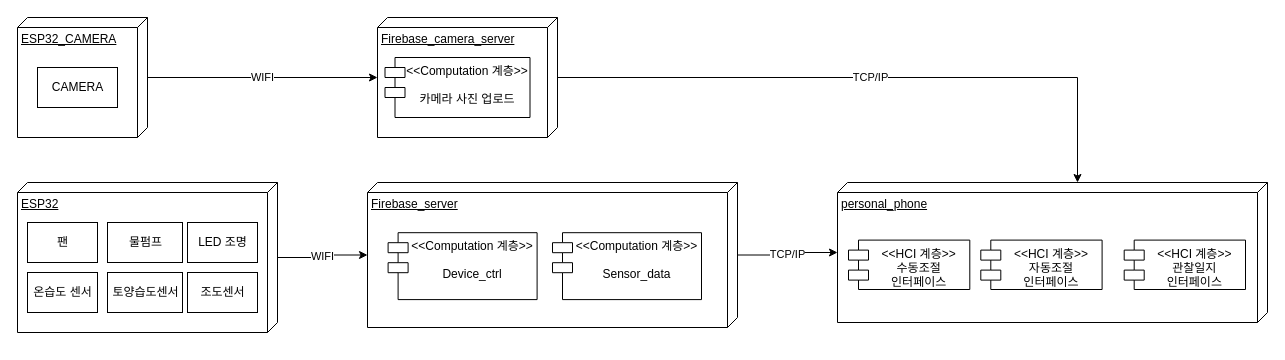
sonmyungwon/Software-Development keeps this draw.io diagram as 구조설계/배치다이어그램.drawio. Above is the earlier version. Source tidied: cells renumbered, new cells numbered last; positions are measured from the earlier drawing's top-left corner, leaving out a move shared by most shapes. Both pictures are drawn from the tidied source at 100%, with x=0, y=0 at pixel (17, 17).
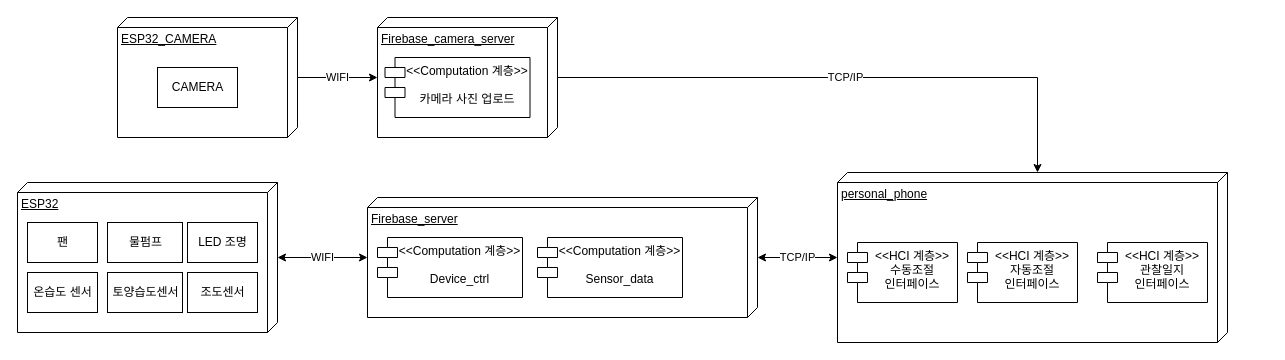
Above is the later version.

Commit message:
배치다이어그램.drawio 업데이트

Unchanged cells that the change refers to:
```xml
<mxCell id="9" value="ESP32" style="verticalAlign=top;align=left;spacingTop=8;spacingLeft=2;spacingRight=12;shape=cube;size=10;direction=south;fontStyle=4;html=1;" parent="8" vertex="1">
  <mxGeometry width="260" height="150" as="geometry" />
</mxCell>
```

The edit, as a diff of the source:
```diff
@@
-    <mxCell id="4" value="WIFI" style="edgeStyle=orthogonalEdgeStyle;rounded=0;jettySize=auto;html=1;" parent="1" edge="1" source="9" target="25">
+    <mxCell id="4" value="WIFI" style="edgeStyle=orthogonalEdgeStyle;rounded=0;jettySize=auto;html=1;startArrow=classic;startFill=1;" parent="1" edge="1" source="9" target="25">
       <mxGeometry relative="1" as="geometry" />
     </mxCell>
-    <mxCell id="5" value="TCP/IP" style="edgeStyle=orthogonalEdgeStyle;rounded=0;jettySize=auto;html=1;" parent="1" edge="1" source="25" target="17">
+    <mxCell id="5" value="TCP/IP" style="edgeStyle=orthogonalEdgeStyle;rounded=0;jettySize=auto;html=1;startArrow=classic;startFill=1;" parent="1" edge="1" source="25" target="17">
       <mxGeometry relative="1" as="geometry" />
     </mxCell>
+    <mxCell id="25" value="Firebase_server" style="verticalAlign=top;align=left;spacingTop=8;spacingLeft=2;spacingRight=12;shape=cube;size=10;direction=south;fontStyle=4;html=1;" parent="1" vertex="1">
+      <mxGeometry x="350" y="180" width="390" height="120" as="geometry" />
+    </mxCell>
@@
+    <mxCell id="22" value="ESP32_CAMERA" style="verticalAlign=top;align=left;spacingTop=8;spacingLeft=2;spacingRight=12;shape=cube;size=10;direction=south;fontStyle=4;html=1;" parent="1" vertex="1">
+      <mxGeometry x="100" width="180" height="120" as="geometry" />
+    </mxCell>
@@
+    <mxCell id="26" value="&lt;&lt;Computation 계층&gt;&gt;&#10;&#10;Device_ctrl" style="shape=module;align=left;spacingLeft=20;align=center;verticalAlign=top;" parent="1" vertex="1">
+      <mxGeometry x="360" y="220" width="145" height="60" as="geometry" />
+    </mxCell>
+    <mxCell id="27" value="&lt;&lt;Computation 계층&gt;&gt;&#10;&#10;Sensor_data" style="shape=module;align=left;spacingLeft=20;align=center;verticalAlign=top;" parent="1" vertex="1">
+      <mxGeometry x="520" y="220" width="145" height="60" as="geometry" />
+    </mxCell>
@@
+    <mxCell id="23" value="CAMERA" style="html=1;" parent="1" vertex="1">
+      <mxGeometry x="140" y="50" width="80" height="40" as="geometry" />
+    </mxCell>
     <mxCell id="16" style="group;" parent="1" vertex="1">
-      <mxGeometry x="820" y="165" width="430" height="140" as="geometry" />
+      <mxGeometry x="820" y="155" width="390" height="170" as="geometry" />
     </mxCell>
     <mxCell id="17" value="personal_phone" style="verticalAlign=top;align=left;spacingTop=8;spacingLeft=2;spacingRight=12;shape=cube;size=10;direction=south;fontStyle=4;html=1;" parent="16" vertex="1">
-      <mxGeometry width="430" height="140" as="geometry" />
+      <mxGeometry width="390" height="170" as="geometry" />
     </mxCell>
     <mxCell id="18" value="&lt;&lt;HCI 계층&gt;&gt;&#10;수동조절 &#10;인터페이스" style="shape=module;align=left;spacingLeft=20;align=center;verticalAlign=top;" parent="16" vertex="1">
-      <mxGeometry x="11" y="57.6" width="121.3" height="49.4" as="geometry" />
+      <mxGeometry x="10" y="70" width="110" height="60" as="geometry" />
     </mxCell>
     <mxCell id="19" value="&lt;&lt;HCI 계층&gt;&gt;&#10;자동조절 &#10;인터페이스" style="shape=module;align=left;spacingLeft=20;align=center;verticalAlign=top;" parent="16" vertex="1">
-      <mxGeometry x="143.3" y="57.6" width="121.3" height="49.4" as="geometry" />
+      <mxGeometry x="130" y="70" width="110" height="60" as="geometry" />
     </mxCell>
     <mxCell id="20" value="&lt;&lt;HCI 계층&gt;&gt;&#10;관찰일지&#10;인터페이스" style="shape=module;align=left;spacingLeft=20;align=center;verticalAlign=top;" parent="16" vertex="1">
-      <mxGeometry x="286.7" y="57.6" width="121.3" height="49.4" as="geometry" />
+      <mxGeometry x="260" y="70" width="110" height="60" as="geometry" />
     </mxCell>
-    <mxCell id="21" style="group;" parent="1" vertex="1">
-      <mxGeometry width="130" height="120" as="geometry" />
-    </mxCell>
-    <mxCell id="22" value="ESP32_CAMERA" style="verticalAlign=top;align=left;spacingTop=8;spacingLeft=2;spacingRight=12;shape=cube;size=10;direction=south;fontStyle=4;html=1;" parent="21" vertex="1">
-      <mxGeometry width="130" height="120" as="geometry" />
-    </mxCell>
-    <mxCell id="23" value="CAMERA" style="html=1;" parent="21" vertex="1">
-      <mxGeometry x="20" y="50" width="80" height="40" as="geometry" />
-    </mxCell>
-    <mxCell id="24" style="group;" parent="1" vertex="1">
-      <mxGeometry x="350" y="165" width="370" height="145" as="geometry" />
-    </mxCell>
-    <mxCell id="25" value="Firebase_server" style="verticalAlign=top;align=left;spacingTop=8;spacingLeft=2;spacingRight=12;shape=cube;size=10;direction=south;fontStyle=4;html=1;" parent="24" vertex="1">
-      <mxGeometry width="370" height="145" as="geometry" />
-    </mxCell>
-    <mxCell id="26" value="&lt;&lt;Computation 계층&gt;&gt;&#10;&#10;Device_ctrl" style="shape=module;align=left;spacingLeft=20;align=center;verticalAlign=top;" parent="24" vertex="1">
-      <mxGeometry x="20.6" y="50.2" width="149" height="66.9" as="geometry" />
-    </mxCell>
-    <mxCell id="27" value="&lt;&lt;Computation 계층&gt;&gt;&#10;&#10;Sensor_data" style="shape=module;align=left;spacingLeft=20;align=center;verticalAlign=top;" parent="24" vertex="1">
-      <mxGeometry x="185" y="50.2" width="149" height="66.9" as="geometry" />
-    </mxCell>
```
